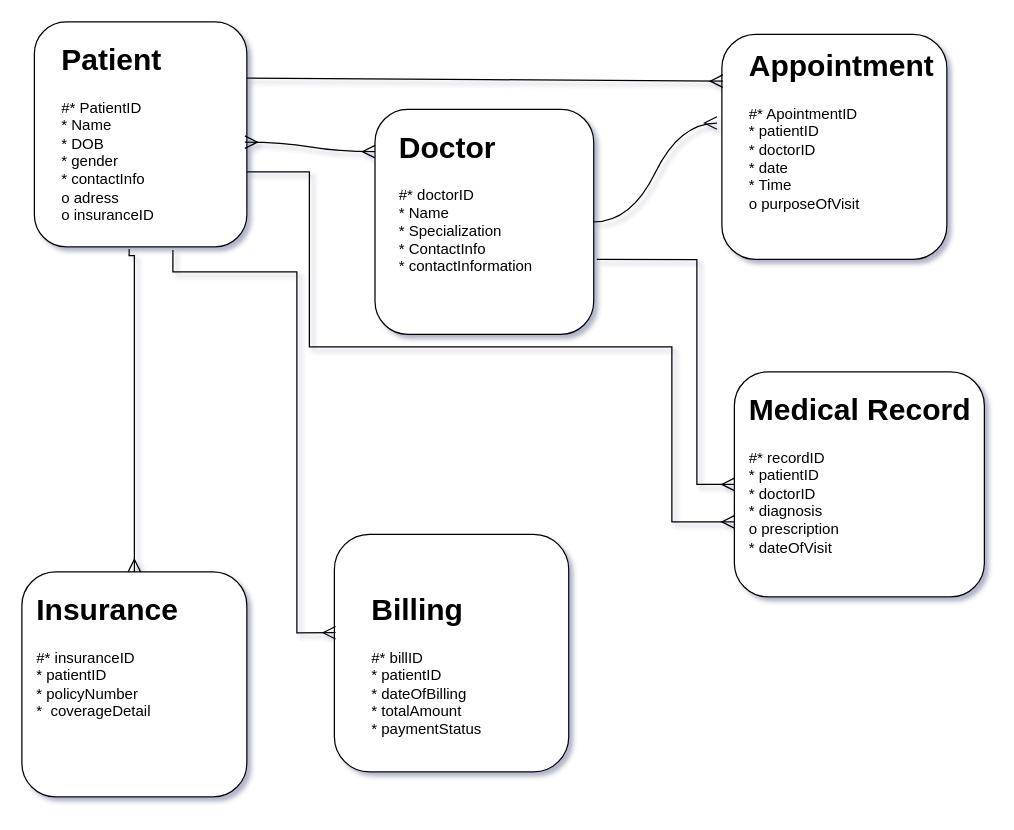
Above: Untitled Diagram.drawio in Usmankhan-038/New (draw.io), before the change. Source tidied: cells renumbered, new cells numbered last; positions are measured from the earlier drawing's top-left corner, leaving out a move shared by most shapes. Both pictures are drawn from the tidied source at 125%, with x=0, y=0 at pixel (21, 21).
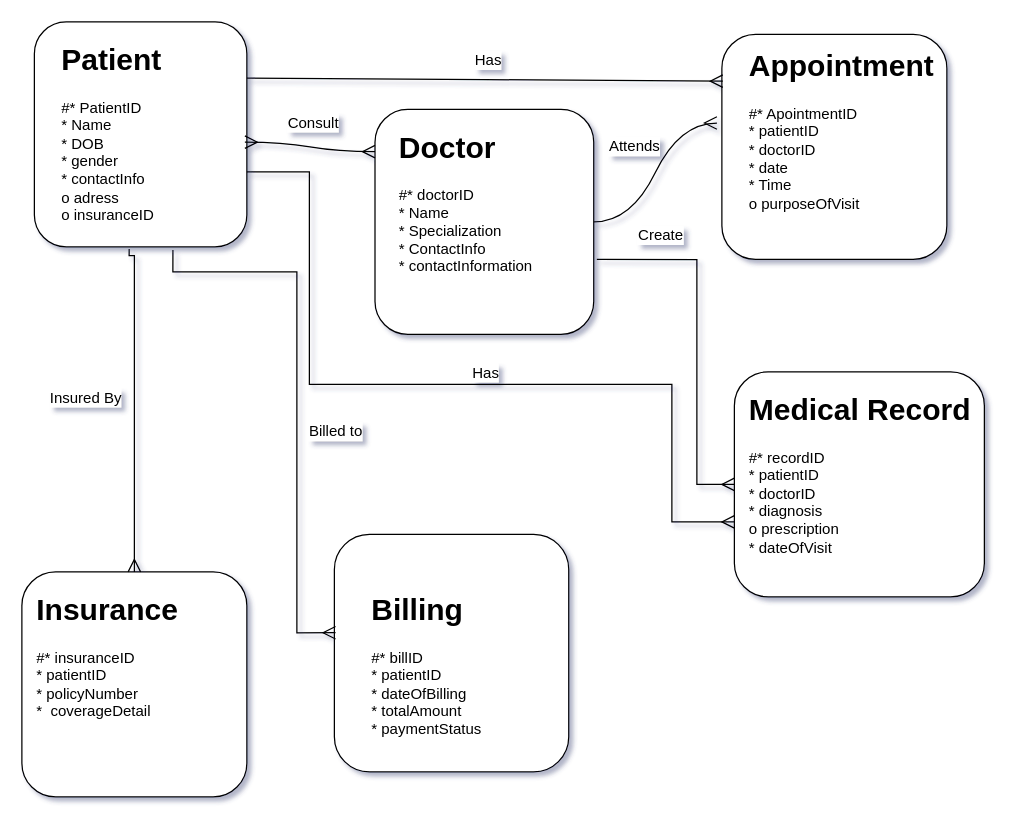
The same diagram, later.

Unchanged cells that the change refers to:
```xml
<mxCell id="15" style="edgeStyle=entityRelationEdgeStyle;fontSize=12;html=1;endArrow=ERmany;rounded=0;startSize=8;endSize=8;curved=1;exitX=1;exitY=0.25;exitDx=0;exitDy=0;entryX=0.004;entryY=0.208;entryDx=0;entryDy=0;entryPerimeter=0;" parent="1" edge="1" source="2" target="6">
  <mxGeometry relative="1" as="geometry">
    <Array as="points">
      <mxPoint x="190" y="47" />
      <mxPoint x="360" y="90" />
    </Array>
  </mxGeometry>
</mxCell>
<mxCell id="16" style="edgeStyle=entityRelationEdgeStyle;fontSize=12;html=1;endArrow=ERmany;startArrow=ERmany;rounded=0;startSize=8;endSize=8;curved=1;exitX=1;exitY=0.75;exitDx=0;exitDy=0;entryX=0.009;entryY=0.403;entryDx=0;entryDy=0;entryPerimeter=0;" parent="1" edge="1">
  <mxGeometry relative="1" as="geometry">
    <mxPoint x="178.4" y="96.2" as="sourcePoint" />
    <mxPoint x="282.5" y="103.8" as="targetPoint" />
  </mxGeometry>
</mxCell>
<mxCell id="17" style="edgeStyle=entityRelationEdgeStyle;fontSize=12;html=1;endArrow=ERmany;rounded=0;startSize=8;endSize=8;curved=1;entryX=-0.022;entryY=0.394;entryDx=0;entryDy=0;entryPerimeter=0;" parent="1" edge="1" source="4" target="6">
  <mxGeometry relative="1" as="geometry" />
</mxCell>
<mxCell id="19" style="edgeStyle=orthogonalEdgeStyle;fontSize=12;html=1;endArrow=ERmany;rounded=0;startSize=8;endSize=8;exitX=1.014;exitY=0.667;exitDx=0;exitDy=0;exitPerimeter=0;" parent="1" edge="1" source="4" target="12">
  <mxGeometry relative="1" as="geometry">
    <Array as="points">
      <mxPoint x="540" y="190" />
      <mxPoint x="540" y="370" />
    </Array>
  </mxGeometry>
</mxCell>
<mxCell id="20" style="edgeStyle=orthogonalEdgeStyle;fontSize=12;html=1;endArrow=ERmany;rounded=0;startSize=8;endSize=8;entryX=0.5;entryY=0;entryDx=0;entryDy=0;exitX=0.446;exitY=1.009;exitDx=0;exitDy=0;exitPerimeter=0;" parent="1" edge="1" source="2" target="8">
  <mxGeometry relative="1" as="geometry">
    <Array as="points">
      <mxPoint x="86" y="187" />
      <mxPoint x="90" y="187" />
    </Array>
  </mxGeometry>
</mxCell>
<mxCell id="21" style="edgeStyle=orthogonalEdgeStyle;fontSize=12;html=1;endArrow=ERmany;rounded=0;startSize=8;endSize=8;entryX=0.005;entryY=0.414;entryDx=0;entryDy=0;entryPerimeter=0;exitX=0.652;exitY=1.014;exitDx=0;exitDy=0;exitPerimeter=0;" parent="1" edge="1" source="2" target="10">
  <mxGeometry relative="1" as="geometry">
    <Array as="points">
      <mxPoint x="121" y="200" />
      <mxPoint x="220" y="200" />
      <mxPoint x="220" y="489" />
    </Array>
  </mxGeometry>
</mxCell>
```

Diff of the diagram source:
```diff
@@
+    <mxCell id="22" value="Has" style="edgeLabel;html=1;align=center;verticalAlign=middle;fontSize=12;" parent="15" vertex="1">
+      <mxGeometry x="0.07" y="2" relative="1" as="geometry">
+        <mxPoint x="-12" y="-14" as="offset" />
+      </mxGeometry>
+    </mxCell>
@@
+    <mxCell id="23" value="Consult" style="edgeLabel;html=1;align=center;verticalAlign=middle;fontSize=12;" parent="16" vertex="1">
+      <mxGeometry x="0.04" y="5" relative="1" as="geometry">
+        <mxPoint y="-15" as="offset" />
+      </mxGeometry>
+    </mxCell>
@@
+    <mxCell id="24" value="Attends" style="edgeLabel;html=1;align=center;verticalAlign=middle;fontSize=12;" parent="17" vertex="1">
+      <mxGeometry x="0.21" y="1" relative="1" as="geometry">
+        <mxPoint x="-23" y="-6" as="offset" />
+      </mxGeometry>
+    </mxCell>
     <mxCell id="18" style="edgeStyle=orthogonalEdgeStyle;fontSize=12;html=1;endArrow=ERmany;rounded=0;startSize=8;endSize=8;entryX=0;entryY=0.5;entryDx=0;entryDy=0;" parent="1" edge="1">
       <mxGeometry relative="1" as="geometry">
         <mxPoint x="180" y="120" as="sourcePoint" />
         <mxPoint x="570" y="400" as="targetPoint" />
         <Array as="points">
           <mxPoint x="230" y="120" />
-          <mxPoint x="230" y="260" />
-          <mxPoint x="520" y="260" />
+          <mxPoint x="230" y="290" />
+          <mxPoint x="520" y="290" />
           <mxPoint x="520" y="400" />
         </Array>
       </mxGeometry>
     </mxCell>
+    <mxCell id="25" value="Has" style="edgeLabel;html=1;align=center;verticalAlign=middle;fontSize=12;" parent="18" vertex="1">
+      <mxGeometry x="-0.02" y="-1" relative="1" as="geometry">
+        <mxPoint x="32" y="-11" as="offset" />
+      </mxGeometry>
+    </mxCell>
@@
+    <mxCell id="26" value="Create" style="edgeLabel;html=1;align=center;verticalAlign=middle;fontSize=12;" parent="19" vertex="1">
+      <mxGeometry x="-0.63" y="3" relative="1" as="geometry">
+        <mxPoint x="-3" y="-17" as="offset" />
+      </mxGeometry>
+    </mxCell>
@@
+    <mxCell id="27" value="Insured By" style="edgeLabel;html=1;align=center;verticalAlign=middle;fontSize=12;" parent="20" vertex="1">
+      <mxGeometry x="-0.04" y="-1" relative="1" as="geometry">
+        <mxPoint x="-39" y="-3" as="offset" />
+      </mxGeometry>
+    </mxCell>
@@
+    <mxCell id="28" value="Billed to" style="edgeLabel;html=1;align=center;verticalAlign=middle;fontSize=12;" parent="21" vertex="1">
+      <mxGeometry x="0.12" y="2" relative="1" as="geometry">
+        <mxPoint x="28" as="offset" />
+      </mxGeometry>
+    </mxCell>
```
